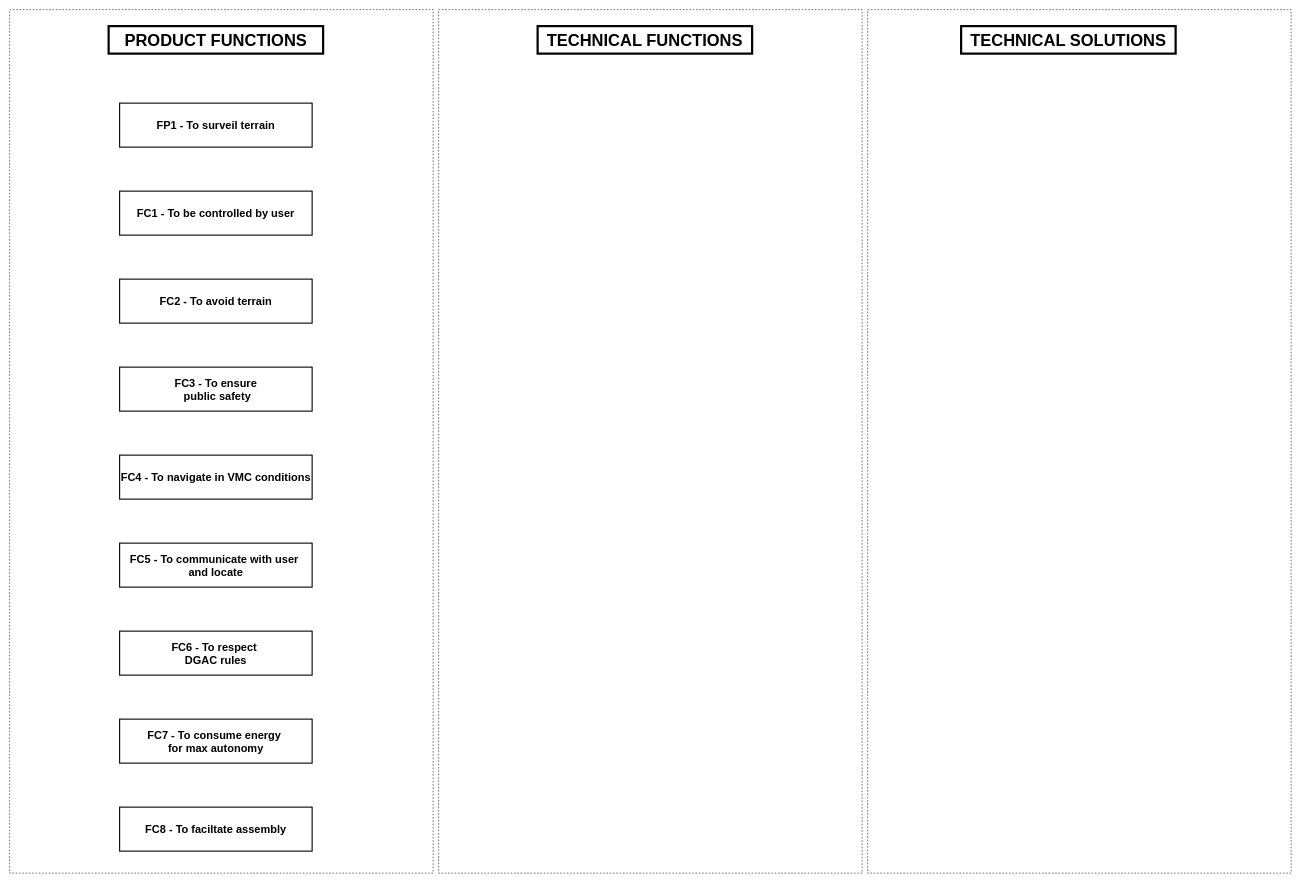
Mi-LeV/laleh-drone keeps this draw.io diagram as mbse/FAST diagram - Product functions, technical functions, technical solutions.drawio. Above is the earlier version. Source tidied: cells renumbered, new cells numbered last; positions are measured from the earlier drawing's top-left corner, leaving out a move shared by most shapes. Both pictures are drawn from the tidied source at 55%, with x=0, y=0 at pixel (9, 9).
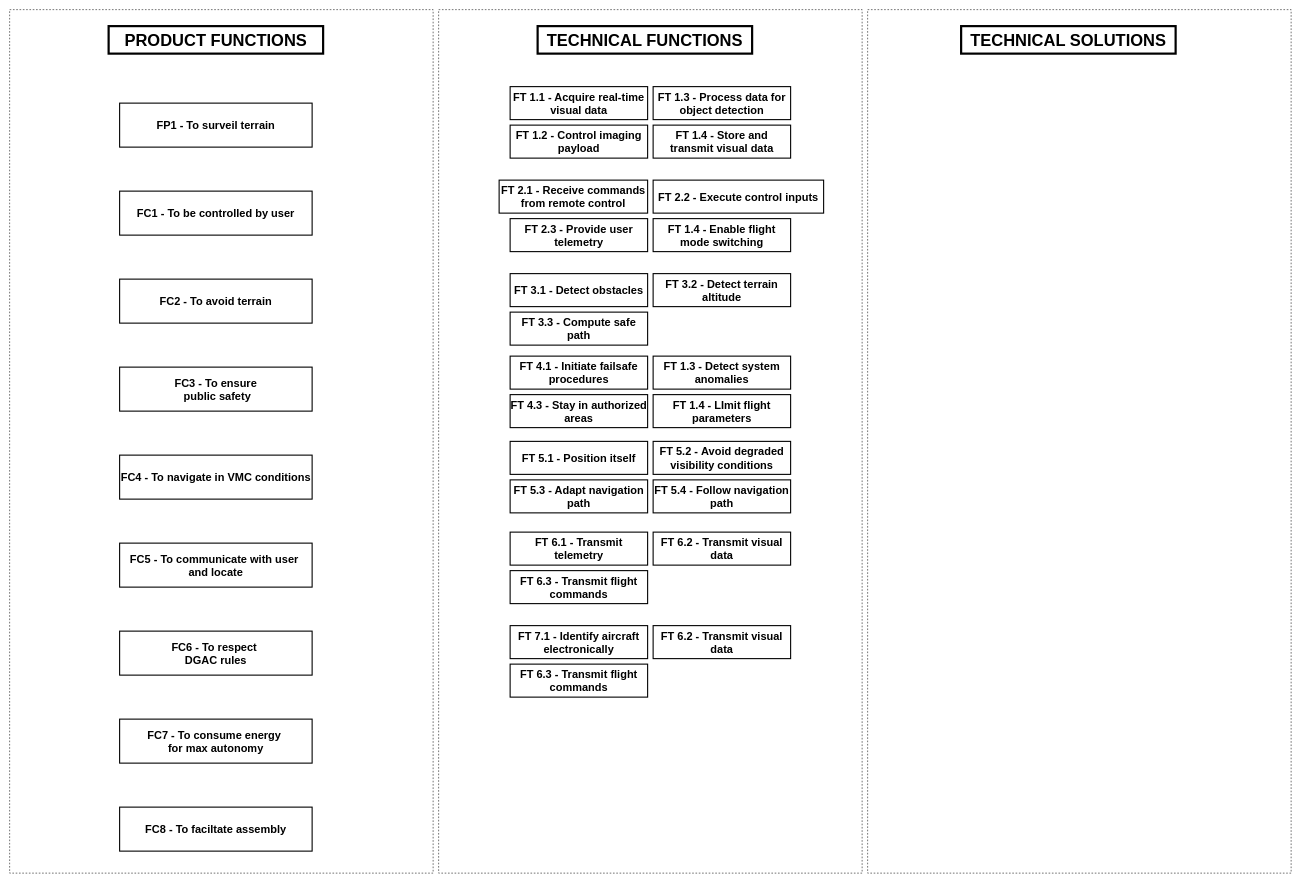
After the change.

Commit message:
Mettre à jour FAST diagram - Product functions, technical functions, technical solutions.drawio

Diff of the diagram source:
```diff
@@
+    <mxCell id="18" value="FT 1.1 - Acquire real-time visual data" style="whiteSpace=wrap;strokeWidth=2;fontSize=20;fontStyle=1;" parent="1" vertex="1">
+      <mxGeometry x="910" y="140" width="250" height="60" as="geometry" />
+    </mxCell>
+    <mxCell id="19" value="FT 1.2 - Control imaging payload" style="whiteSpace=wrap;strokeWidth=2;fontSize=20;fontStyle=1;" parent="1" vertex="1">
+      <mxGeometry x="910" y="210" width="250" height="60" as="geometry" />
+    </mxCell>
+    <mxCell id="20" value="FT 1.3 - Process data for object detection" style="whiteSpace=wrap;strokeWidth=2;fontSize=20;fontStyle=1;" parent="1" vertex="1">
+      <mxGeometry x="1170" y="140" width="250" height="60" as="geometry" />
+    </mxCell>
+    <mxCell id="21" value="FT 1.4 - Store and transmit visual data" style="whiteSpace=wrap;strokeWidth=2;fontSize=20;fontStyle=1;" parent="1" vertex="1">
+      <mxGeometry x="1170" y="210" width="250" height="60" as="geometry" />
+    </mxCell>
+    <mxCell id="22" value="FT 2.1 - Receive commands from remote control" style="whiteSpace=wrap;strokeWidth=2;fontSize=20;fontStyle=1;" parent="1" vertex="1">
+      <mxGeometry x="890" y="310" width="270" height="60" as="geometry" />
+    </mxCell>
+    <mxCell id="23" value="FT 2.3 - Provide user telemetry" style="whiteSpace=wrap;strokeWidth=2;fontSize=20;fontStyle=1;" parent="1" vertex="1">
+      <mxGeometry x="910" y="380" width="250" height="60" as="geometry" />
+    </mxCell>
+    <mxCell id="24" value="FT 2.2 - Execute control inputs" style="whiteSpace=wrap;strokeWidth=2;fontSize=20;fontStyle=1;" parent="1" vertex="1">
+      <mxGeometry x="1170" y="310" width="310" height="60" as="geometry" />
+    </mxCell>
+    <mxCell id="25" value="FT 1.4 - Enable flight mode switching" style="whiteSpace=wrap;strokeWidth=2;fontSize=20;fontStyle=1;" parent="1" vertex="1">
+      <mxGeometry x="1170" y="380" width="250" height="60" as="geometry" />
+    </mxCell>
+    <mxCell id="26" value="FT 3.1 - Detect obstacles" style="whiteSpace=wrap;strokeWidth=2;fontSize=20;fontStyle=1;" parent="1" vertex="1">
+      <mxGeometry x="910" y="480" width="250" height="60" as="geometry" />
+    </mxCell>
+    <mxCell id="27" value="FT 3.3 - Compute safe path" style="whiteSpace=wrap;strokeWidth=2;fontSize=20;fontStyle=1;" parent="1" vertex="1">
+      <mxGeometry x="910" y="550" width="250" height="60" as="geometry" />
+    </mxCell>
+    <mxCell id="28" value="FT 3.2 - Detect terrain altitude" style="whiteSpace=wrap;strokeWidth=2;fontSize=20;fontStyle=1;" parent="1" vertex="1">
+      <mxGeometry x="1170" y="480" width="250" height="60" as="geometry" />
+    </mxCell>
+    <mxCell id="29" value="FT 4.1 - Initiate failsafe procedures" style="whiteSpace=wrap;strokeWidth=2;fontSize=20;fontStyle=1;" parent="1" vertex="1">
+      <mxGeometry x="910" y="630" width="250" height="60" as="geometry" />
+    </mxCell>
+    <mxCell id="30" value="FT 4.3 - Stay in authorized areas" style="whiteSpace=wrap;strokeWidth=2;fontSize=20;fontStyle=1;" parent="1" vertex="1">
+      <mxGeometry x="910" y="700" width="250" height="60" as="geometry" />
+    </mxCell>
+    <mxCell id="31" value="FT 1.3 - Detect system anomalies" style="whiteSpace=wrap;strokeWidth=2;fontSize=20;fontStyle=1;" parent="1" vertex="1">
+      <mxGeometry x="1170" y="630" width="250" height="60" as="geometry" />
+    </mxCell>
+    <mxCell id="32" value="FT 1.4 - LImit flight parameters" style="whiteSpace=wrap;strokeWidth=2;fontSize=20;fontStyle=1;" parent="1" vertex="1">
+      <mxGeometry x="1170" y="700" width="250" height="60" as="geometry" />
+    </mxCell>
+    <mxCell id="33" value="FT 5.1 - Position itself" style="whiteSpace=wrap;strokeWidth=2;fontSize=20;fontStyle=1;" parent="1" vertex="1">
+      <mxGeometry x="910" y="785" width="250" height="60" as="geometry" />
+    </mxCell>
+    <mxCell id="34" value="FT 5.3 - Adapt navigation path" style="whiteSpace=wrap;strokeWidth=2;fontSize=20;fontStyle=1;" parent="1" vertex="1">
+      <mxGeometry x="910" y="855" width="250" height="60" as="geometry" />
+    </mxCell>
+    <mxCell id="35" value="FT 5.2 - Avoid degraded visibility conditions" style="whiteSpace=wrap;strokeWidth=2;fontSize=20;fontStyle=1;" parent="1" vertex="1">
+      <mxGeometry x="1170" y="785" width="250" height="60" as="geometry" />
+    </mxCell>
+    <mxCell id="36" value="FT 5.4 - Follow navigation path" style="whiteSpace=wrap;strokeWidth=2;fontSize=20;fontStyle=1;" parent="1" vertex="1">
+      <mxGeometry x="1170" y="855" width="250" height="60" as="geometry" />
+    </mxCell>
+    <mxCell id="37" value="FT 6.1 - Transmit telemetry" style="whiteSpace=wrap;strokeWidth=2;fontSize=20;fontStyle=1;" parent="1" vertex="1">
+      <mxGeometry x="910" y="950" width="250" height="60" as="geometry" />
+    </mxCell>
+    <mxCell id="38" value="FT 6.3 - Transmit flight commands" style="whiteSpace=wrap;strokeWidth=2;fontSize=20;fontStyle=1;" parent="1" vertex="1">
+      <mxGeometry x="910" y="1020" width="250" height="60" as="geometry" />
+    </mxCell>
+    <mxCell id="39" value="FT 6.2 - Transmit visual data" style="whiteSpace=wrap;strokeWidth=2;fontSize=20;fontStyle=1;" parent="1" vertex="1">
+      <mxGeometry x="1170" y="950" width="250" height="60" as="geometry" />
+    </mxCell>
+    <mxCell id="40" value="FT 7.1 - Identify aircraft electronically" style="whiteSpace=wrap;strokeWidth=2;fontSize=20;fontStyle=1;" parent="1" vertex="1">
+      <mxGeometry x="910" y="1120" width="250" height="60" as="geometry" />
+    </mxCell>
+    <mxCell id="41" value="FT 6.3 - Transmit flight commands" style="whiteSpace=wrap;strokeWidth=2;fontSize=20;fontStyle=1;" parent="1" vertex="1">
+      <mxGeometry x="910" y="1190" width="250" height="60" as="geometry" />
+    </mxCell>
+    <mxCell id="42" value="FT 6.2 - Transmit visual data" style="whiteSpace=wrap;strokeWidth=2;fontSize=20;fontStyle=1;" parent="1" vertex="1">
+      <mxGeometry x="1170" y="1120" width="250" height="60" as="geometry" />
+    </mxCell>
```
